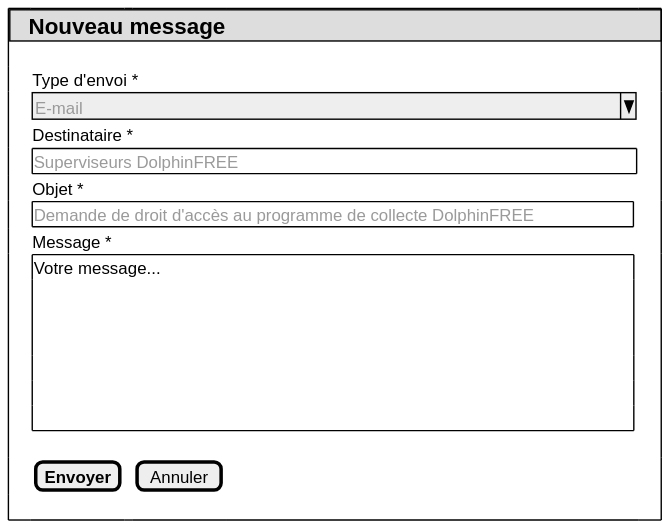
This is projects/common/spe/images/program-access-rights-request-message.svg from sumaris-net/sumaris-doc, a PlantUML export, as it was before one commit.
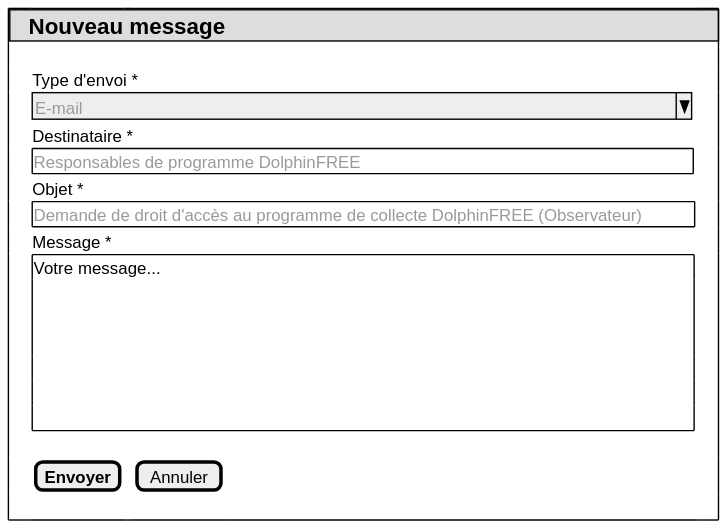
After the change.

Commit message:
[enh] Mock-up update and user rights and privileges correction

Diff of the diagram source:
```diff
@@ -4,14 +4,14 @@
         {* <color:dddddd> | <size:16><b>Nouveau message} | * | * | * | * | *
         . | . | . | . | . | .
         <color:ffffff>++ |  Type d'envoi * | * | * | * | <color:ffffff>++
-        . | ^<color:#9a9a9a>E-mail                                              ^ | * | * | * | .
+        . | ^<color:#9a9a9a>E-mail                                                   ^ | * | * | * | .
         . | Destinataire * | * | * | * | .
-        . | {+ <color:#9a9a9a>Superviseurs DolphinFREE                                                                                     </color> } | * | * | * | .
+        . | {+ <color:#9a9a9a>Responsables de programme DolphinFREE                                                                       </color> } | * | * | * | .
         . | Objet * | * | * | * | .
-        . | {+ <color:#9a9a9a>Demande de droit d'accès au programme de collecte DolphinFREE                     </color> } | * | * | * | .
+        . | {+ <color:#9a9a9a>Demande de droit d'accès au programme de collecte DolphinFREE (Observateur)           </color> } | * | * | * | .
         . | Message * | * | * | * | .
         . | {+
-                <size:12>Votre message...                                                                                                     </size>
+                <size:12>Votre message...                                                                                                                  </size>
                 .
                 .
                 .
```
